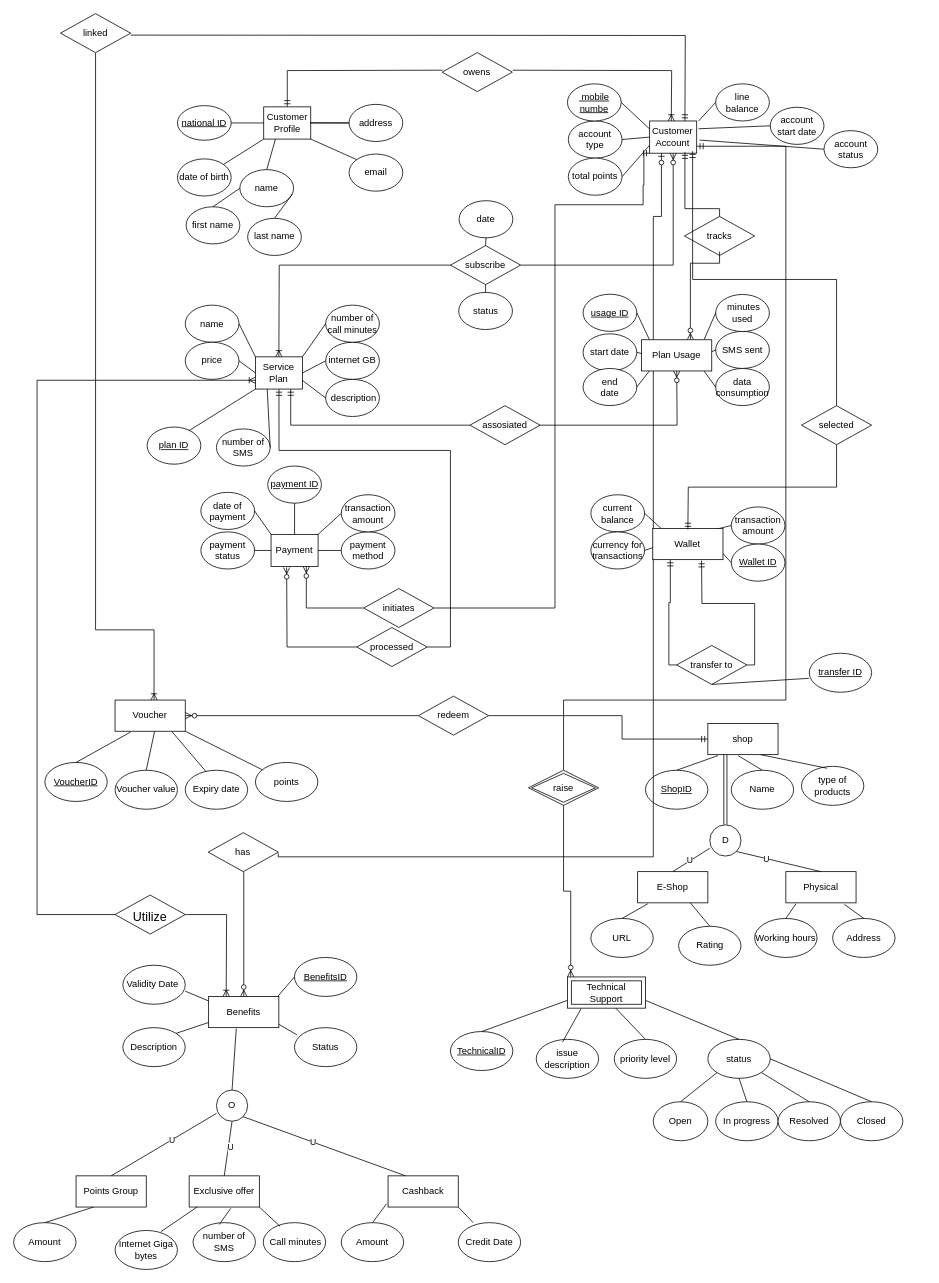
The draw.io diagram Untitled Diagram.drawio in Blaze-trio/Blaze-trio.github.io, before the edit. Source tidied: cells renumbered, new cells numbered last; positions are measured from the earlier drawing's top-left corner, leaving out a move shared by most shapes. Both pictures are drawn from the tidied source at 78%, with x=0, y=0 at pixel (13, 13).
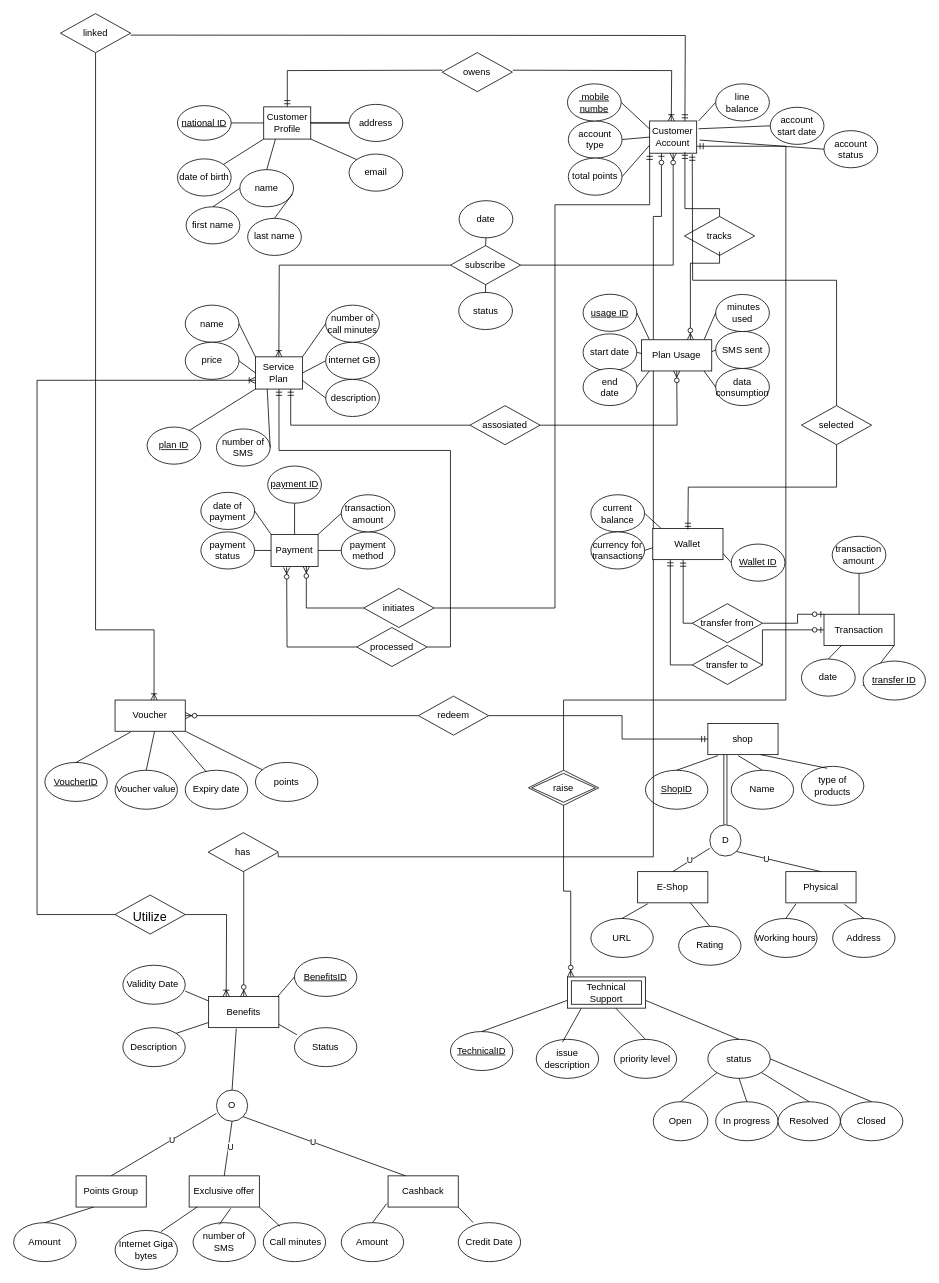
After the change.

The change refers to these unchanged cells:
```xml
<mxCell id="115" value="Customer Account" style="rounded=0;whiteSpace=wrap;html=1;" parent="109" vertex="1">
  <mxGeometry x="94.3" y="7.6" width="60.3" height="41.3" as="geometry" />
</mxCell>
<mxCell id="141" style="group;" parent="1" vertex="1">
  <mxGeometry x="740" y="580" width="248.9" height="176.5" as="geometry" />
</mxCell>
<mxCell id="150" value="&lt;div&gt;Wallet&lt;/div&gt;" style="rounded=0;whiteSpace=wrap;html=1;" parent="141" vertex="1">
  <mxGeometry x="79.4" y="80" width="90" height="40" as="geometry" />
</mxCell>
<mxCell id="178" value="initiates " style="shape=rhombus;perimeter=rhombusPerimeter;whiteSpace=wrap;html=1;align=center;" parent="1" vertex="1">
  <mxGeometry x="448.9" y="737" width="90" height="50" as="geometry" />
</mxCell>
<mxCell id="201" value="&lt;div&gt;selected&lt;/div&gt;" style="shape=rhombus;perimeter=rhombusPerimeter;whiteSpace=wrap;html=1;align=center;" parent="1" vertex="1">
  <mxGeometry x="1010" y="502.6" width="90" height="50" as="geometry" />
</mxCell>
```

The edit, as a diff of the source:
```diff
@@
     <mxCell id="12" style="group;" parent="1" vertex="1">
-      <mxGeometry x="740" y="910" width="390" height="310" as="geometry" />
+      <mxGeometry x="740" y="910" width="420" height="310" as="geometry" />
     </mxCell>
@@
-    <mxCell id="142" value="transaction amount" style="ellipse;whiteSpace=wrap;html=1;" parent="141" vertex="1">
-      <mxGeometry x="180" y="52.4" width="68.9" height="47.6" as="geometry" />
-    </mxCell>
@@
-    <mxCell id="145" style="endArrow=none;html=1;rounded=0;entryX=0;entryY=0.5;entryDx=0;entryDy=0;exitX=1;exitY=0;exitDx=0;exitDy=0;" parent="141" edge="1" target="142">
-      <mxGeometry relative="1" as="geometry">
-        <mxPoint x="159.4" y="81.3" as="sourcePoint" />
-      </mxGeometry>
-    </mxCell>
@@
-    <mxCell id="174" style="edgeStyle=orthogonalEdgeStyle;fontSize=12;html=1;endArrow=ERzeroToMany;endFill=1;rounded=0;entryX=0.75;entryY=0;entryDx=0;entryDy=0;exitX=0.5;exitY=1;exitDx=0;exitDy=0;" parent="1" edge="1">
+    <mxCell id="174" style="edgeStyle=orthogonalEdgeStyle;fontSize=12;html=1;endArrow=ERzeroToMany;endFill=1;rounded=0;entryX=0.75;entryY=0;entryDx=0;entryDy=0;" parent="1" edge="1">
       <mxGeometry relative="1" as="geometry">
         <mxPoint x="905" y="305" as="sourcePoint" />
         <mxPoint x="867.6" y="418.1" as="targetPoint" />
         <Array as="points">
           <mxPoint x="905" y="320" />
           <mxPoint x="868" y="320" />
         </Array>
       </mxGeometry>
     </mxCell>
@@
     <mxCell id="180" style="edgeStyle=orthogonalEdgeStyle;fontSize=12;html=1;endArrow=ERmandOne;rounded=0;exitX=1;exitY=0.5;exitDx=0;exitDy=0;entryX=0;entryY=1;entryDx=0;entryDy=0;" parent="1" edge="1" source="178" target="115">
       <mxGeometry relative="1" as="geometry">
         <Array as="points">
           <mxPoint x="694" y="762" />
           <mxPoint x="694" y="245" />
-          <mxPoint x="807" y="245" />
-          <mxPoint x="807" y="220" />
-          <mxPoint x="808" y="179" />
+          <mxPoint x="815" y="245" />
+          <mxPoint x="815" y="179" />
         </Array>
       </mxGeometry>
     </mxCell>
@@
-    <mxCell id="186" style="edgeStyle=orthogonalEdgeStyle;fontSize=12;html=1;endArrow=ERmandOne;rounded=0;entryX=0.75;entryY=1;entryDx=0;entryDy=0;exitX=1;exitY=0.5;exitDx=0;exitDy=0;" parent="1" edge="1" source="187">
-      <mxGeometry relative="1" as="geometry">
-        <mxPoint x="881.9" y="701.3" as="targetPoint" />
-      </mxGeometry>
+    <mxCell id="186" style="edgeStyle=orthogonalEdgeStyle;fontSize=12;html=1;endArrow=ERmandOne;rounded=0;entryX=0.433;entryY=1.011;entryDx=0;entryDy=0;exitX=0;exitY=0.5;exitDx=0;exitDy=0;entryPerimeter=0;" parent="1" edge="1" source="214" target="150">
+      <mxGeometry relative="1" as="geometry" />
     </mxCell>
     <mxCell id="187" value="transfer to" style="shape=rhombus;perimeter=rhombusPerimeter;whiteSpace=wrap;html=1;align=center;" parent="1" vertex="1">
-      <mxGeometry x="850" y="810" width="90" height="50" as="geometry" />
+      <mxGeometry x="870" y="810" width="90" height="50" as="geometry" />
     </mxCell>
@@
-    <mxCell id="203" value="&lt;u&gt;transfer ID&lt;/u&gt;" style="ellipse;whiteSpace=wrap;html=1;" parent="1" vertex="1">
-      <mxGeometry x="1020" y="820" width="80" height="50" as="geometry" />
-    </mxCell>
-    <mxCell id="204" style="endArrow=none;html=1;rounded=0;entryX=0.5;entryY=1;entryDx=0;entryDy=0;exitX=-0.006;exitY=0.643;exitDx=0;exitDy=0;exitPerimeter=0;" parent="1" edge="1" source="203" target="187">
+    <mxCell id="204" style="endArrow=none;html=1;rounded=0;exitX=-0.006;exitY=0.643;exitDx=0;exitDy=0;exitPerimeter=0;entryX=1;entryY=1;entryDx=0;entryDy=0;" parent="1" edge="1" source="203" target="215">
       <mxGeometry relative="1" as="geometry" />
     </mxCell>
@@
-    <mxCell id="213" style="edgeStyle=orthogonalEdgeStyle;fontSize=12;html=1;endArrow=ERmandOne;rounded=0;exitX=0.5;exitY=0;exitDx=0;exitDy=0;entryX=0.913;entryY=0.94;entryDx=0;entryDy=0;entryPerimeter=0;" parent="1" edge="1" source="201" target="115">
-      <mxGeometry relative="1" as="geometry" />
+    <mxCell id="213" style="edgeStyle=orthogonalEdgeStyle;fontSize=12;html=1;endArrow=ERmandOne;rounded=0;exitX=0.5;exitY=0;exitDx=0;exitDy=0;" parent="1" edge="1" source="201">
+      <mxGeometry relative="1" as="geometry">
+        <mxPoint x="870" y="180" as="targetPoint" />
+      </mxGeometry>
     </mxCell>
+    <mxCell id="214" value="transfer from" style="shape=rhombus;perimeter=rhombusPerimeter;whiteSpace=wrap;html=1;align=center;" parent="1" vertex="1">
+      <mxGeometry x="870" y="756.5" width="90" height="50" as="geometry" />
+    </mxCell>
+    <mxCell id="215" value="Transaction" style="rounded=0;whiteSpace=wrap;html=1;" parent="1" vertex="1">
+      <mxGeometry x="1038.9" y="770" width="90" height="40" as="geometry" />
+    </mxCell>
+    <mxCell id="203" value="&lt;u&gt;transfer ID&lt;/u&gt;" style="ellipse;whiteSpace=wrap;html=1;" parent="1" vertex="1">
+      <mxGeometry x="1089" y="830" width="80" height="50" as="geometry" />
+    </mxCell>
+    <mxCell id="216" style="edgeStyle=orthogonalEdgeStyle;fontSize=12;html=1;endArrow=ERzeroToOne;endFill=1;rounded=0;entryX=0;entryY=0;entryDx=0;entryDy=0;" parent="1" edge="1" source="214" target="215">
+      <mxGeometry relative="1" as="geometry">
+        <Array as="points">
+          <mxPoint x="1005" y="782" />
+          <mxPoint x="1005" y="770" />
+        </Array>
+      </mxGeometry>
+    </mxCell>
+    <mxCell id="217" style="edgeStyle=orthogonalEdgeStyle;fontSize=12;html=1;endArrow=ERzeroToOne;endFill=1;rounded=0;entryX=0;entryY=0.5;entryDx=0;entryDy=0;exitX=1;exitY=0.5;exitDx=0;exitDy=0;" parent="1" edge="1" source="187" target="215">
+      <mxGeometry relative="1" as="geometry">
+        <Array as="points">
+          <mxPoint x="960" y="790" />
+        </Array>
+      </mxGeometry>
+    </mxCell>
+    <mxCell id="142" value="transaction amount" style="ellipse;whiteSpace=wrap;html=1;" parent="1" vertex="1">
+      <mxGeometry x="1049.4" y="670" width="68.9" height="47.6" as="geometry" />
+    </mxCell>
+    <mxCell id="218" style="endArrow=none;html=1;rounded=0;entryX=0.5;entryY=1;entryDx=0;entryDy=0;" parent="1" edge="1" source="215" target="142">
+      <mxGeometry relative="1" as="geometry" />
+    </mxCell>
+    <mxCell id="219" value="date" style="ellipse;whiteSpace=wrap;html=1;" parent="1" vertex="1">
+      <mxGeometry x="1010" y="827.4" width="68.9" height="47.6" as="geometry" />
+    </mxCell>
+    <mxCell id="220" style="endArrow=none;html=1;rounded=0;exitX=0.5;exitY=0;exitDx=0;exitDy=0;entryX=0.25;entryY=1;entryDx=0;entryDy=0;" parent="1" edge="1" source="219" target="215">
+      <mxGeometry relative="1" as="geometry" />
+    </mxCell>
```
